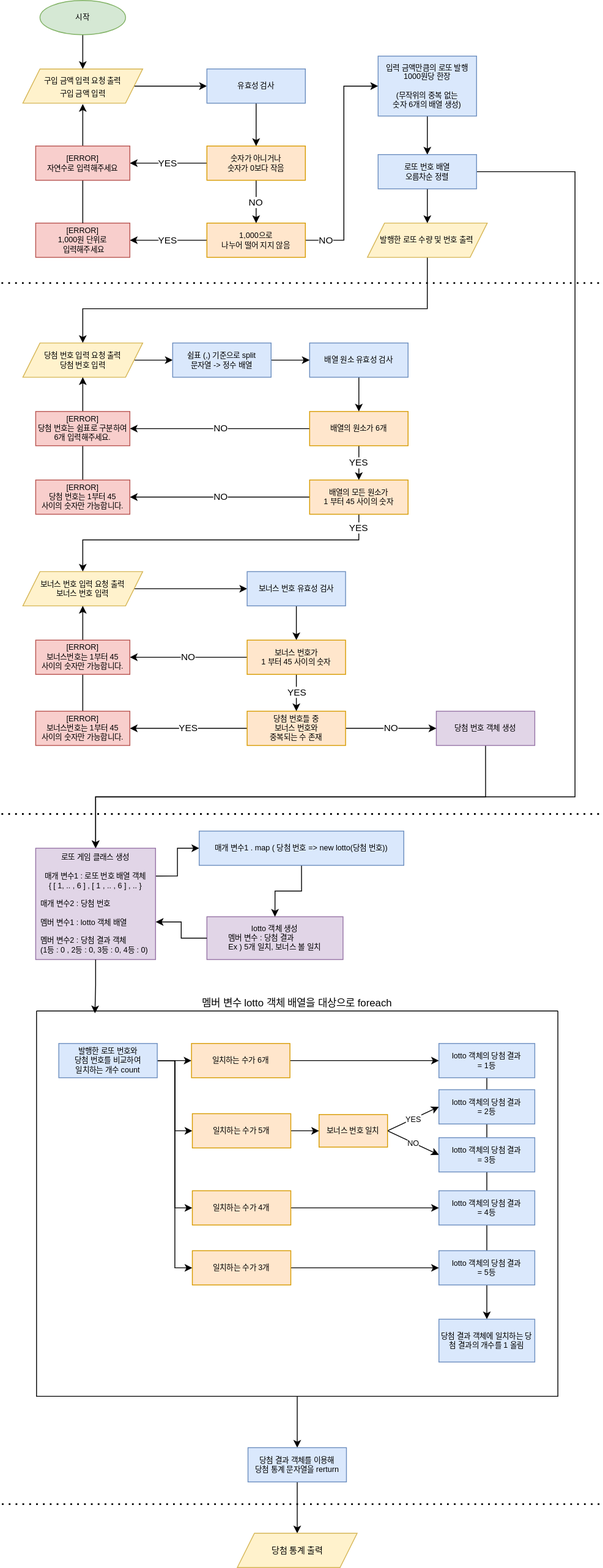
Before: 플로우차트.drawio.svg, a diagram exported from draw.io (woowacourse-precourse/javascript-lotto-6). Source tidied: cells renumbered, new cells last; positions are measured from the earlier drawing's top-left corner, leaving out a move shared by most shapes.
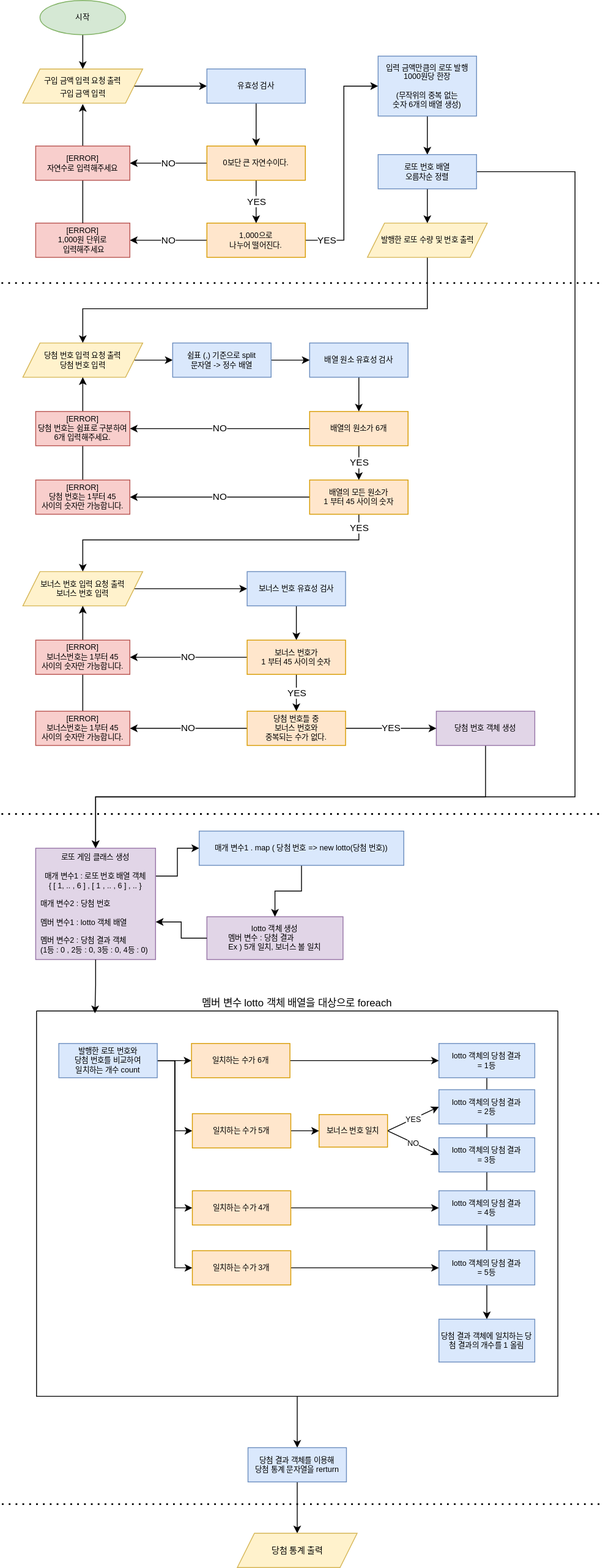
The same diagram one commit later.

Commit message:
docs: 플로우차트 일부 조건 분기 수정

Change to the diagram source:
```diff
@@ -31,10 +31,10 @@
     <mxCell id="9" value="시작" style="ellipse;whiteSpace=wrap;html=1;fontSize=9;fillColor=#d5e8d4;strokeColor=#82b366;" parent="1" vertex="1">
       <mxGeometry x="45" width="100" height="40" as="geometry" />
     </mxCell>
-    <mxCell id="10" value="YES" style="edgeStyle=orthogonalEdgeStyle;rounded=0;jettySize=auto;html=1;exitX=0;exitY=0.5;exitDx=0;exitDy=0;entryX=1;entryY=0.5;entryDx=0;entryDy=0;" parent="1" edge="1" source="12" target="16">
+    <mxCell id="10" value="NO" style="edgeStyle=orthogonalEdgeStyle;rounded=0;jettySize=auto;html=1;exitX=0;exitY=0.5;exitDx=0;exitDy=0;entryX=1;entryY=0.5;entryDx=0;entryDy=0;" parent="1" edge="1" source="12" target="16">
       <mxGeometry relative="1" as="geometry" />
     </mxCell>
-    <mxCell id="11" value="NO" style="edgeStyle=orthogonalEdgeStyle;rounded=0;jettySize=auto;html=1;exitX=1;exitY=0.5;exitDx=0;exitDy=0;entryX=0;entryY=0.5;entryDx=0;entryDy=0;" parent="1" edge="1" source="12" target="7">
+    <mxCell id="11" value="YES" style="edgeStyle=orthogonalEdgeStyle;rounded=0;jettySize=auto;html=1;exitX=1;exitY=0.5;exitDx=0;exitDy=0;entryX=0;entryY=0.5;entryDx=0;entryDy=0;" parent="1" edge="1" source="12" target="7">
       <mxGeometry x="-0.81" relative="1" as="geometry">
         <Array as="points">
           <mxPoint x="400" y="280" />
@@ -42,16 +42,16 @@
         </Array>
       </mxGeometry>
     </mxCell>
-    <mxCell id="12" value="1,000으로&lt;br style=&quot;border-color: var(--border-color);&quot;&gt;나누어 떨어 지지 않음" style="rounded=0;whiteSpace=wrap;html=1;fontSize=9;fillColor=#ffe6cc;strokeColor=#d79b00;" parent="1" vertex="1">
+    <mxCell id="12" value="1,000으로&lt;br style=&quot;border-color: var(--border-color);&quot;&gt;나누어 떨어진다." style="rounded=0;whiteSpace=wrap;html=1;fontSize=9;fillColor=#ffe6cc;strokeColor=#d79b00;" parent="1" vertex="1">
       <mxGeometry x="240" y="260" width="115" height="40" as="geometry" />
     </mxCell>
-    <mxCell id="13" value="NO" style="edgeStyle=orthogonalEdgeStyle;rounded=0;jettySize=auto;html=1;exitX=0.5;exitY=1;exitDx=0;exitDy=0;entryX=0.5;entryY=0;entryDx=0;entryDy=0;" parent="1" edge="1" source="15" target="12">
+    <mxCell id="13" value="YES" style="edgeStyle=orthogonalEdgeStyle;rounded=0;jettySize=auto;html=1;exitX=0.5;exitY=1;exitDx=0;exitDy=0;entryX=0.5;entryY=0;entryDx=0;entryDy=0;" parent="1" edge="1" source="15" target="12">
       <mxGeometry relative="1" as="geometry" />
     </mxCell>
-    <mxCell id="14" value="YES" style="edgeStyle=orthogonalEdgeStyle;rounded=0;jettySize=auto;html=1;exitX=0;exitY=0.5;exitDx=0;exitDy=0;entryX=1;entryY=0.5;entryDx=0;entryDy=0;" parent="1" edge="1" source="15" target="23">
+    <mxCell id="14" value="NO" style="edgeStyle=orthogonalEdgeStyle;rounded=0;jettySize=auto;html=1;exitX=0;exitY=0.5;exitDx=0;exitDy=0;entryX=1;entryY=0.5;entryDx=0;entryDy=0;" parent="1" edge="1" source="15" target="23">
       <mxGeometry relative="1" as="geometry" />
     </mxCell>
-    <mxCell id="15" value="숫자가 아니거나&lt;br&gt;숫자가 0보다 작음" style="rounded=0;whiteSpace=wrap;html=1;fontSize=9;fillColor=#ffe6cc;strokeColor=#d79b00;" parent="1" vertex="1">
+    <mxCell id="15" value="0보단 큰 자연수이다." style="rounded=0;whiteSpace=wrap;html=1;fontSize=9;fillColor=#ffe6cc;strokeColor=#d79b00;" parent="1" vertex="1">
       <mxGeometry x="240" y="170" width="115" height="40" as="geometry" />
     </mxCell>
     <mxCell id="16" value="[ERROR]&lt;br&gt;1,000원 단위로&lt;br&gt;&amp;nbsp;입력해주세요" style="rounded=0;whiteSpace=wrap;html=1;fontSize=9;fillColor=#f8cecc;strokeColor=#b85450;" parent="1" vertex="1">
@@ -199,13 +199,13 @@
     <mxCell id="56" value="일치하는 수가 6개" style="rounded=0;whiteSpace=wrap;html=1;fontSize=9;fillColor=#ffe6cc;strokeColor=#d79b00;" parent="1" vertex="1">
       <mxGeometry x="222" y="1218" width="115" height="40" as="geometry" />
     </mxCell>
-    <mxCell id="57" value="YES" style="edgeStyle=orthogonalEdgeStyle;rounded=0;jettySize=auto;html=1;exitX=0;exitY=0.5;exitDx=0;exitDy=0;entryX=1;entryY=0.5;entryDx=0;entryDy=0;" parent="1" edge="1" source="59" target="61">
+    <mxCell id="57" value="NO" style="edgeStyle=orthogonalEdgeStyle;rounded=0;jettySize=auto;html=1;exitX=0;exitY=0.5;exitDx=0;exitDy=0;entryX=1;entryY=0.5;entryDx=0;entryDy=0;" parent="1" edge="1" source="59" target="61">
       <mxGeometry relative="1" as="geometry" />
     </mxCell>
-    <mxCell id="58" value="NO" style="edgeStyle=orthogonalEdgeStyle;rounded=0;jettySize=auto;html=1;exitX=1;exitY=0.5;exitDx=0;exitDy=0;entryX=0;entryY=0.5;entryDx=0;entryDy=0;" parent="1" edge="1" source="59" target="54">
+    <mxCell id="58" value="YES" style="edgeStyle=orthogonalEdgeStyle;rounded=0;jettySize=auto;html=1;exitX=1;exitY=0.5;exitDx=0;exitDy=0;entryX=0;entryY=0.5;entryDx=0;entryDy=0;" parent="1" edge="1" source="59" target="54">
       <mxGeometry relative="1" as="geometry" />
     </mxCell>
-    <mxCell id="59" value="당첨 번호들 중 &lt;br&gt;보너스 번호와&lt;br&gt;중복되는 수 존재" style="rounded=0;whiteSpace=wrap;html=1;fontSize=9;fillColor=#ffe6cc;strokeColor=#d79b00;" parent="1" vertex="1">
+    <mxCell id="59" value="당첨 번호들 중 &lt;br&gt;보너스 번호와&lt;br&gt;중복되는 수가 없다." style="rounded=0;whiteSpace=wrap;html=1;fontSize=9;fillColor=#ffe6cc;strokeColor=#d79b00;" parent="1" vertex="1">
       <mxGeometry x="287" y="830" width="115" height="40" as="geometry" />
     </mxCell>
     <mxCell id="60" style="edgeStyle=orthogonalEdgeStyle;rounded=0;jettySize=auto;html=1;exitX=0.5;exitY=0;exitDx=0;exitDy=0;entryX=0.5;entryY=1;entryDx=0;entryDy=0;" parent="1" edge="1" source="61" target="41">
```
